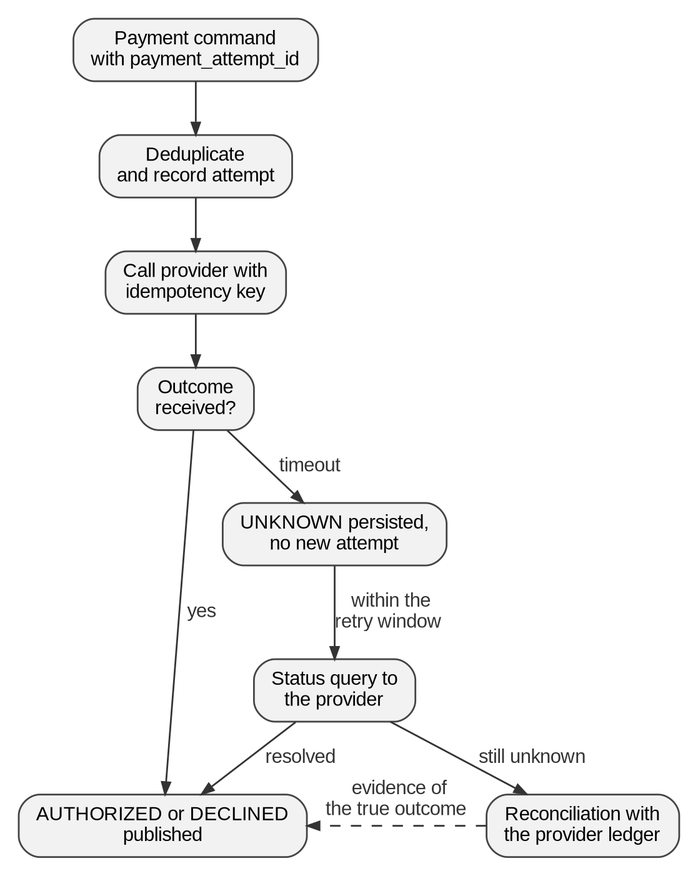
Before: assets/diagrams/rendered/ch06-unknown-outcome.png, a diagram exported from Graphviz (cesarcastrocuba/handbook-solutions-architecture). Its source is kept beside it as assets/diagrams/src/ch06-unknown-outcome.dot. The source it was exported from:
```dot
digraph G {

 rankdir=TB;
 req [label="Payment command\nwith payment_attempt_id"];
 ded [label="Deduplicate\nand record attempt"];
 call [label="Call provider with\nidempotency key"];
 out [label="Outcome\nreceived?"];
 ok [label="AUTHORIZED or DECLINED\npublished"];
 unk [label="UNKNOWN persisted,\nno new attempt"];
 q [label="Status query to\nthe provider"];
 rec [label="Reconciliation with\nthe provider ledger"];
 req->ded->call->out;
 out->ok [label=" yes"];
 out->unk [label=" timeout"];
 unk->q [label=" within the\nretry window"];
 q->ok [label=" resolved"];
 q->rec [label=" still unknown"];
 rec->ok [label=" evidence of\nthe true outcome", style=dashed, constraint=false];
}
```
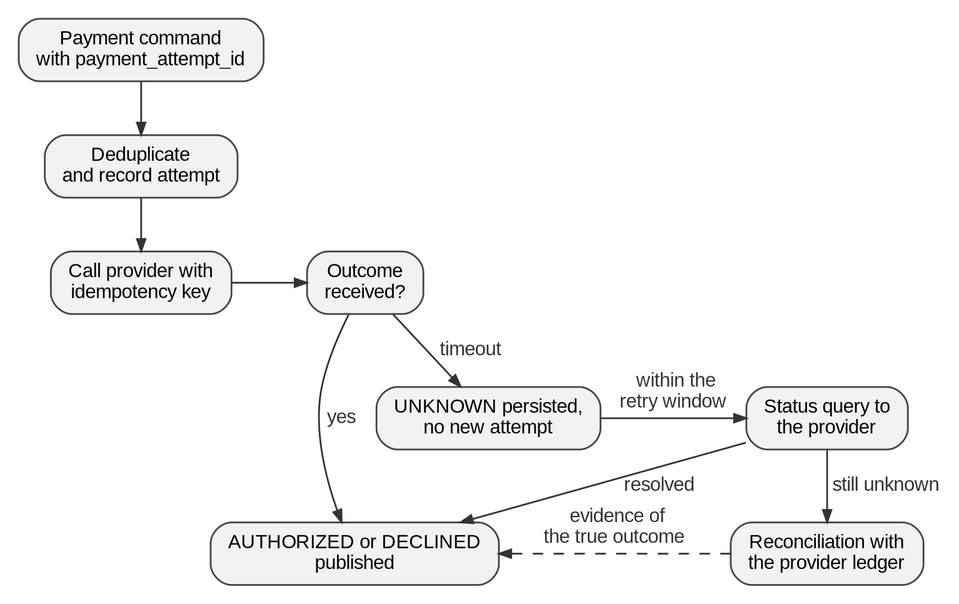
After the change.

The edit, as a diff of the source:
```diff
@@ -16,4 +16,6 @@
  q->ok [label=" resolved"];
  q->rec [label=" still unknown"];
  rec->ok [label=" evidence of\nthe true outcome", style=dashed, constraint=false];
+ {rank=same; call; out}
+ {rank=same; unk; q}
 }
```
